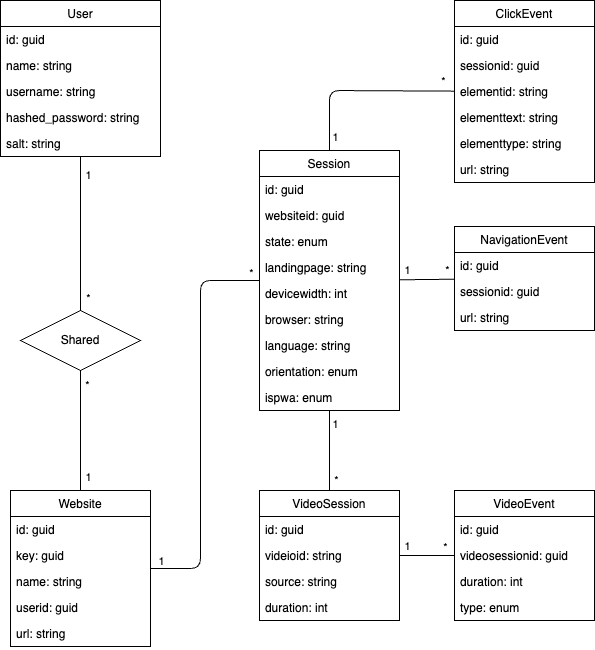
The draw.io diagram documentation/domain.drawio.png in Nikditten/BachelorProjekt, before a commit. Source tidied: cells renumbered, new cells last; positions are measured from the earlier drawing's top-left corner, leaving out a move shared by most shapes. Its diagram source:
```xml
<mxGraphModel>
  <root>
    <mxCell id="0" />
    <mxCell id="1" parent="0" />
    <mxCell id="2" style="edgeStyle=none;html=1;startArrow=none;endArrow=none;endFill=0;exitX=0.5;exitY=1;exitDx=0;exitDy=0;" parent="1" edge="1" source="66" target="14">
      <mxGeometry relative="1" as="geometry" />
    </mxCell>
    <mxCell id="3" value="*" style="edgeLabel;html=1;align=center;verticalAlign=middle;" parent="2" vertex="1">
      <mxGeometry x="-0.2" relative="1" as="geometry">
        <mxPoint x="6" y="-34" as="offset" />
      </mxGeometry>
    </mxCell>
    <mxCell id="4" value="1" style="edgeLabel;html=1;align=center;verticalAlign=middle;" parent="2" vertex="1">
      <mxGeometry x="0.12" y="-1" relative="1" as="geometry">
        <mxPoint x="8" y="39" as="offset" />
      </mxGeometry>
    </mxCell>
    <mxCell id="5" value="User" style="swimlane;fontStyle=0;horizontal=1;startSize=26;fillColor=none;" parent="1" vertex="1">
      <mxGeometry width="160" height="156" as="geometry" />
    </mxCell>
    <mxCell id="6" value="id: guid" style="text;strokeColor=none;fillColor=none;align=left;verticalAlign=top;spacingLeft=4;spacingRight=4;overflow=hidden;" parent="5" vertex="1">
      <mxGeometry y="26" width="160" height="26" as="geometry" />
    </mxCell>
    <mxCell id="7" value="name: string" style="text;strokeColor=none;fillColor=none;align=left;verticalAlign=top;spacingLeft=4;spacingRight=4;overflow=hidden;" parent="5" vertex="1">
      <mxGeometry y="52" width="160" height="26" as="geometry" />
    </mxCell>
    <mxCell id="8" value="username: string" style="text;strokeColor=none;fillColor=none;align=left;verticalAlign=top;spacingLeft=4;spacingRight=4;overflow=hidden;" parent="5" vertex="1">
      <mxGeometry y="78" width="160" height="26" as="geometry" />
    </mxCell>
    <mxCell id="9" value="hashed_password: string" style="text;strokeColor=none;fillColor=none;align=left;verticalAlign=top;spacingLeft=4;spacingRight=4;overflow=hidden;" parent="5" vertex="1">
      <mxGeometry y="104" width="160" height="26" as="geometry" />
    </mxCell>
    <mxCell id="10" value="salt: string" style="text;strokeColor=none;fillColor=none;align=left;verticalAlign=top;spacingLeft=4;spacingRight=4;overflow=hidden;" parent="5" vertex="1">
      <mxGeometry y="130" width="160" height="26" as="geometry" />
    </mxCell>
    <mxCell id="11" style="edgeStyle=none;html=1;endArrow=none;endFill=0;" parent="1" edge="1" source="14" target="20">
      <mxGeometry relative="1" as="geometry">
        <Array as="points">
          <mxPoint x="200" y="568" />
          <mxPoint x="200" y="280" />
        </Array>
      </mxGeometry>
    </mxCell>
    <mxCell id="12" value="*" style="edgeLabel;html=1;align=center;verticalAlign=middle;" parent="11" vertex="1">
      <mxGeometry x="0.82" y="-2" relative="1" as="geometry">
        <mxPoint x="26" y="-10" as="offset" />
      </mxGeometry>
    </mxCell>
    <mxCell id="13" value="1" style="edgeLabel;html=1;align=center;verticalAlign=middle;" parent="11" vertex="1">
      <mxGeometry x="-0.93" relative="1" as="geometry">
        <mxPoint x="-3" y="-8" as="offset" />
      </mxGeometry>
    </mxCell>
    <mxCell id="14" value="Website" style="swimlane;fontStyle=0;horizontal=1;startSize=26;fillColor=none;" parent="1" vertex="1">
      <mxGeometry x="10" y="490" width="140" height="156" as="geometry" />
    </mxCell>
    <mxCell id="15" value="id: guid" style="text;strokeColor=none;fillColor=none;align=left;verticalAlign=top;spacingLeft=4;spacingRight=4;overflow=hidden;" parent="14" vertex="1">
      <mxGeometry y="26" width="140" height="26" as="geometry" />
    </mxCell>
    <mxCell id="16" value="key: guid" style="text;strokeColor=none;fillColor=none;align=left;verticalAlign=top;spacingLeft=4;spacingRight=4;overflow=hidden;" parent="14" vertex="1">
      <mxGeometry y="52" width="140" height="26" as="geometry" />
    </mxCell>
    <mxCell id="17" value="name: string" style="text;strokeColor=none;fillColor=none;align=left;verticalAlign=top;spacingLeft=4;spacingRight=4;overflow=hidden;" parent="14" vertex="1">
      <mxGeometry y="78" width="140" height="26" as="geometry" />
    </mxCell>
    <mxCell id="18" value="userid: guid" style="text;strokeColor=none;fillColor=none;align=left;verticalAlign=top;spacingLeft=4;spacingRight=4;overflow=hidden;" parent="14" vertex="1">
      <mxGeometry y="104" width="140" height="26" as="geometry" />
    </mxCell>
    <mxCell id="19" value="url: string" style="text;strokeColor=none;fillColor=none;align=left;verticalAlign=top;spacingLeft=4;spacingRight=4;overflow=hidden;" parent="14" vertex="1">
      <mxGeometry y="130" width="140" height="26" as="geometry" />
    </mxCell>
    <mxCell id="20" value="Session" style="swimlane;fontStyle=0;horizontal=1;startSize=26;fillColor=none;" parent="1" vertex="1">
      <mxGeometry x="258.9" y="150" width="140" height="260" as="geometry" />
    </mxCell>
    <mxCell id="21" value="id: guid" style="text;strokeColor=none;fillColor=none;align=left;verticalAlign=top;spacingLeft=4;spacingRight=4;overflow=hidden;" parent="20" vertex="1">
      <mxGeometry y="26" width="140" height="26" as="geometry" />
    </mxCell>
    <mxCell id="22" value="websiteid: guid" style="text;strokeColor=none;fillColor=none;align=left;verticalAlign=top;spacingLeft=4;spacingRight=4;overflow=hidden;" parent="20" vertex="1">
      <mxGeometry y="52" width="140" height="26" as="geometry" />
    </mxCell>
    <mxCell id="23" value="state: enum" style="text;strokeColor=none;fillColor=none;align=left;verticalAlign=top;spacingLeft=4;spacingRight=4;overflow=hidden;" parent="20" vertex="1">
      <mxGeometry y="78" width="140" height="26" as="geometry" />
    </mxCell>
    <mxCell id="24" value="landingpage: string" style="text;strokeColor=none;fillColor=none;align=left;verticalAlign=top;spacingLeft=4;spacingRight=4;overflow=hidden;" parent="20" vertex="1">
      <mxGeometry y="104" width="140" height="26" as="geometry" />
    </mxCell>
    <mxCell id="25" value="devicewidth: int" style="text;strokeColor=none;fillColor=none;align=left;verticalAlign=top;spacingLeft=4;spacingRight=4;overflow=hidden;" parent="20" vertex="1">
      <mxGeometry y="130" width="140" height="26" as="geometry" />
    </mxCell>
    <mxCell id="26" value="browser: string" style="text;strokeColor=none;fillColor=none;align=left;verticalAlign=top;spacingLeft=4;spacingRight=4;overflow=hidden;" parent="20" vertex="1">
      <mxGeometry y="156" width="140" height="26" as="geometry" />
    </mxCell>
    <mxCell id="27" value="language: string" style="text;strokeColor=none;fillColor=none;align=left;verticalAlign=top;spacingLeft=4;spacingRight=4;overflow=hidden;" parent="20" vertex="1">
      <mxGeometry y="182" width="140" height="26" as="geometry" />
    </mxCell>
    <mxCell id="28" value="orientation: enum" style="text;strokeColor=none;fillColor=none;align=left;verticalAlign=top;spacingLeft=4;spacingRight=4;overflow=hidden;" parent="20" vertex="1">
      <mxGeometry y="208" width="140" height="26" as="geometry" />
    </mxCell>
    <mxCell id="29" value="ispwa: enum" style="text;strokeColor=none;fillColor=none;align=left;verticalAlign=top;spacingLeft=4;spacingRight=4;overflow=hidden;" parent="20" vertex="1">
      <mxGeometry y="234" width="140" height="26" as="geometry" />
    </mxCell>
    <mxCell id="30" style="edgeStyle=none;html=1;endArrow=none;endFill=0;" parent="1" edge="1" source="33" target="20">
      <mxGeometry relative="1" as="geometry" />
    </mxCell>
    <mxCell id="31" value="1" style="edgeLabel;html=1;align=center;verticalAlign=middle;" parent="30" vertex="1">
      <mxGeometry x="0.52" relative="1" as="geometry">
        <mxPoint x="6" y="-6" as="offset" />
      </mxGeometry>
    </mxCell>
    <mxCell id="32" value="*" style="edgeLabel;html=1;align=center;verticalAlign=middle;" parent="30" vertex="1">
      <mxGeometry x="-0.32" y="1" relative="1" as="geometry">
        <mxPoint x="8" y="16" as="offset" />
      </mxGeometry>
    </mxCell>
    <mxCell id="33" value="VideoSession" style="swimlane;fontStyle=0;horizontal=1;startSize=26;fillColor=none;" parent="1" vertex="1">
      <mxGeometry x="258.9" y="490" width="140" height="130" as="geometry" />
    </mxCell>
    <mxCell id="34" value="id: guid" style="text;strokeColor=none;fillColor=none;align=left;verticalAlign=top;spacingLeft=4;spacingRight=4;overflow=hidden;" parent="33" vertex="1">
      <mxGeometry y="26" width="140" height="26" as="geometry" />
    </mxCell>
    <mxCell id="35" value="videioid: string" style="text;strokeColor=none;fillColor=none;align=left;verticalAlign=top;spacingLeft=4;spacingRight=4;overflow=hidden;" parent="33" vertex="1">
      <mxGeometry y="52" width="140" height="26" as="geometry" />
    </mxCell>
    <mxCell id="36" value="source: string" style="text;strokeColor=none;fillColor=none;align=left;verticalAlign=top;spacingLeft=4;spacingRight=4;overflow=hidden;" parent="33" vertex="1">
      <mxGeometry y="78" width="140" height="26" as="geometry" />
    </mxCell>
    <mxCell id="37" value="duration: int" style="text;strokeColor=none;fillColor=none;align=left;verticalAlign=top;spacingLeft=4;spacingRight=4;overflow=hidden;" parent="33" vertex="1">
      <mxGeometry y="104" width="140" height="26" as="geometry" />
    </mxCell>
    <mxCell id="38" style="edgeStyle=none;html=1;endArrow=none;endFill=0;" parent="1" edge="1" source="41" target="33">
      <mxGeometry relative="1" as="geometry" />
    </mxCell>
    <mxCell id="39" value="1" style="edgeLabel;html=1;align=center;verticalAlign=middle;" parent="38" vertex="1">
      <mxGeometry x="0.64" y="-1" relative="1" as="geometry">
        <mxPoint x="-2" y="-9" as="offset" />
      </mxGeometry>
    </mxCell>
    <mxCell id="40" value="*" style="edgeLabel;html=1;align=center;verticalAlign=middle;" parent="38" vertex="1">
      <mxGeometry x="0.05" relative="1" as="geometry">
        <mxPoint x="20" y="-9" as="offset" />
      </mxGeometry>
    </mxCell>
    <mxCell id="41" value="VideoEvent" style="swimlane;fontStyle=0;horizontal=1;startSize=26;fillColor=none;" parent="1" vertex="1">
      <mxGeometry x="453.9" y="490" width="140" height="130" as="geometry" />
    </mxCell>
    <mxCell id="42" value="id: guid" style="text;strokeColor=none;fillColor=none;align=left;verticalAlign=top;spacingLeft=4;spacingRight=4;overflow=hidden;" parent="41" vertex="1">
      <mxGeometry y="26" width="140" height="26" as="geometry" />
    </mxCell>
    <mxCell id="43" value="videosessionid: guid" style="text;strokeColor=none;fillColor=none;align=left;verticalAlign=top;spacingLeft=4;spacingRight=4;overflow=hidden;" parent="41" vertex="1">
      <mxGeometry y="52" width="140" height="26" as="geometry" />
    </mxCell>
    <mxCell id="44" value="duration: int" style="text;strokeColor=none;fillColor=none;align=left;verticalAlign=top;spacingLeft=4;spacingRight=4;overflow=hidden;" parent="41" vertex="1">
      <mxGeometry y="78" width="140" height="26" as="geometry" />
    </mxCell>
    <mxCell id="45" value="type: enum" style="text;strokeColor=none;fillColor=none;align=left;verticalAlign=top;spacingLeft=4;spacingRight=4;overflow=hidden;" parent="41" vertex="1">
      <mxGeometry y="104" width="140" height="26" as="geometry" />
    </mxCell>
    <mxCell id="46" style="edgeStyle=none;html=1;endArrow=none;endFill=0;" parent="1" edge="1" source="49" target="20">
      <mxGeometry relative="1" as="geometry" />
    </mxCell>
    <mxCell id="47" value="*" style="edgeLabel;html=1;align=center;verticalAlign=middle;" parent="46" vertex="1">
      <mxGeometry x="-0.63" y="1" relative="1" as="geometry">
        <mxPoint x="3" y="-10" as="offset" />
      </mxGeometry>
    </mxCell>
    <mxCell id="48" value="1" style="edgeLabel;html=1;align=center;verticalAlign=middle;" parent="46" vertex="1">
      <mxGeometry x="0.83" y="-1" relative="1" as="geometry">
        <mxPoint x="3" y="-9" as="offset" />
      </mxGeometry>
    </mxCell>
    <mxCell id="49" value="NavigationEvent" style="swimlane;fontStyle=0;horizontal=1;startSize=26;fillColor=none;" parent="1" vertex="1">
      <mxGeometry x="453.9" y="226" width="140" height="104" as="geometry" />
    </mxCell>
    <mxCell id="50" value="id: guid" style="text;strokeColor=none;fillColor=none;align=left;verticalAlign=top;spacingLeft=4;spacingRight=4;overflow=hidden;" parent="49" vertex="1">
      <mxGeometry y="26" width="140" height="26" as="geometry" />
    </mxCell>
    <mxCell id="51" value="sessionid: guid" style="text;strokeColor=none;fillColor=none;align=left;verticalAlign=top;spacingLeft=4;spacingRight=4;overflow=hidden;" parent="49" vertex="1">
      <mxGeometry y="52" width="140" height="26" as="geometry" />
    </mxCell>
    <mxCell id="52" value="url: string" style="text;strokeColor=none;fillColor=none;align=left;verticalAlign=top;spacingLeft=4;spacingRight=4;overflow=hidden;" parent="49" vertex="1">
      <mxGeometry y="78" width="140" height="26" as="geometry" />
    </mxCell>
    <mxCell id="53" style="edgeStyle=none;html=1;entryX=0.5;entryY=0;entryDx=0;entryDy=0;endArrow=none;endFill=0;" parent="1" edge="1" source="56" target="20">
      <mxGeometry relative="1" as="geometry">
        <Array as="points">
          <mxPoint x="328.9" y="90" />
        </Array>
      </mxGeometry>
    </mxCell>
    <mxCell id="54" value="1" style="edgeLabel;html=1;align=center;verticalAlign=middle;" parent="53" vertex="1">
      <mxGeometry x="0.86" y="1" relative="1" as="geometry">
        <mxPoint x="5" as="offset" />
      </mxGeometry>
    </mxCell>
    <mxCell id="55" value="*" style="edgeLabel;html=1;align=center;verticalAlign=middle;" parent="53" vertex="1">
      <mxGeometry x="-0.86" relative="1" as="geometry">
        <mxPoint x="2" y="-10" as="offset" />
      </mxGeometry>
    </mxCell>
    <mxCell id="56" value="ClickEvent" style="swimlane;fontStyle=0;horizontal=1;startSize=26;fillColor=none;" parent="1" vertex="1">
      <mxGeometry x="453.9" width="140" height="182" as="geometry" />
    </mxCell>
    <mxCell id="57" value="id: guid" style="text;strokeColor=none;fillColor=none;align=left;verticalAlign=top;spacingLeft=4;spacingRight=4;overflow=hidden;" parent="56" vertex="1">
      <mxGeometry y="26" width="140" height="26" as="geometry" />
    </mxCell>
    <mxCell id="58" value="sessionid: guid" style="text;strokeColor=none;fillColor=none;align=left;verticalAlign=top;spacingLeft=4;spacingRight=4;overflow=hidden;" parent="56" vertex="1">
      <mxGeometry y="52" width="140" height="26" as="geometry" />
    </mxCell>
    <mxCell id="59" value="elementid: string" style="text;strokeColor=none;fillColor=none;align=left;verticalAlign=top;spacingLeft=4;spacingRight=4;overflow=hidden;" parent="56" vertex="1">
      <mxGeometry y="78" width="140" height="26" as="geometry" />
    </mxCell>
    <mxCell id="60" value="elementtext: string" style="text;strokeColor=none;fillColor=none;align=left;verticalAlign=top;spacingLeft=4;spacingRight=4;overflow=hidden;" parent="56" vertex="1">
      <mxGeometry y="104" width="140" height="26" as="geometry" />
    </mxCell>
    <mxCell id="61" value="elementtype: string" style="text;strokeColor=none;fillColor=none;align=left;verticalAlign=top;spacingLeft=4;spacingRight=4;overflow=hidden;" parent="56" vertex="1">
      <mxGeometry y="130" width="140" height="26" as="geometry" />
    </mxCell>
    <mxCell id="62" value="url: string" style="text;strokeColor=none;fillColor=none;align=left;verticalAlign=top;spacingLeft=4;spacingRight=4;overflow=hidden;" parent="56" vertex="1">
      <mxGeometry y="156" width="140" height="26" as="geometry" />
    </mxCell>
    <mxCell id="63" style="edgeStyle=none;html=1;endArrow=none;entryX=0.5;entryY=0;entryDx=0;entryDy=0;" parent="1" edge="1" source="5" target="66">
      <mxGeometry relative="1" as="geometry" />
    </mxCell>
    <mxCell id="64" value="1" style="edgeLabel;html=1;align=center;verticalAlign=middle;" parent="63" vertex="1">
      <mxGeometry x="-0.5" y="3" relative="1" as="geometry">
        <mxPoint x="4" y="-21" as="offset" />
      </mxGeometry>
    </mxCell>
    <mxCell id="65" value="*" style="edgeLabel;html=1;align=center;verticalAlign=middle;" parent="63" vertex="1">
      <mxGeometry x="0.38" y="-3" relative="1" as="geometry">
        <mxPoint x="10" y="35" as="offset" />
      </mxGeometry>
    </mxCell>
    <mxCell id="66" value="Shared" style="shape=rhombus;perimeter=rhombusPerimeter;whiteSpace=wrap;html=1;align=center;" parent="1" vertex="1">
      <mxGeometry x="20" y="310" width="120" height="60" as="geometry" />
    </mxCell>
  </root>
</mxGraphModel>
```
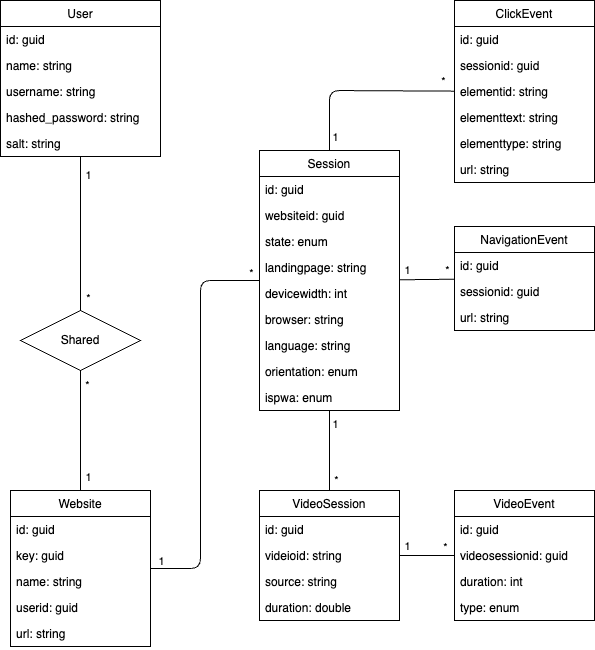
The same file after the commit.

Change to the diagram source:
```diff
@@ -124,7 +124,7 @@
     <mxCell id="36" value="source: string" style="text;strokeColor=none;fillColor=none;align=left;verticalAlign=top;spacingLeft=4;spacingRight=4;overflow=hidden;" parent="33" vertex="1">
       <mxGeometry y="78" width="140" height="26" as="geometry" />
     </mxCell>
-    <mxCell id="37" value="duration: int" style="text;strokeColor=none;fillColor=none;align=left;verticalAlign=top;spacingLeft=4;spacingRight=4;overflow=hidden;" parent="33" vertex="1">
+    <mxCell id="37" value="duration: double" style="text;strokeColor=none;fillColor=none;align=left;verticalAlign=top;spacingLeft=4;spacingRight=4;overflow=hidden;" parent="33" vertex="1">
       <mxGeometry y="104" width="140" height="26" as="geometry" />
     </mxCell>
     <mxCell id="38" style="edgeStyle=none;html=1;endArrow=none;endFill=0;" parent="1" edge="1" source="41" target="33">
```
